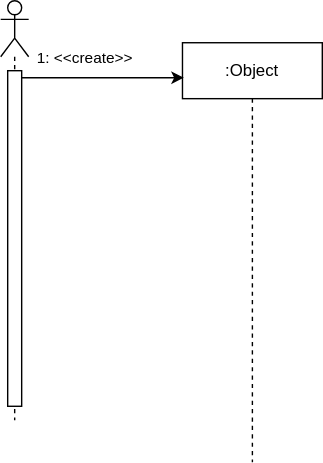
The draw.io diagram Diagrama-Sequencia/Verificar_VIP.svg in wholocked1/Projeto-2-modelagem, before a commit. Source tidied: cells renumbered, new cells last; positions are measured from the earlier drawing's top-left corner, leaving out a move shared by most shapes. Its diagram source:
```xml
<mxGraphModel>
  <root>
    <mxCell id="0" />
    <mxCell id="1" parent="0" />
    <mxCell id="2" style="shape=umlLifeline;perimeter=lifelinePerimeter;whiteSpace=wrap;html=1;newEdgeStyle={&quot;curved&quot;:0,&quot;rounded&quot;:0};participant=umlActor;" parent="1" vertex="1">
      <mxGeometry width="20" height="300" as="geometry" />
    </mxCell>
    <mxCell id="3" style="html=1;points=[[0,0,0,0,5],[0,1,0,0,-5],[1,0,0,0,5],[1,1,0,0,-5]];perimeter=orthogonalPerimeter;outlineConnect=0;targetShapes=umlLifeline;portConstraint=eastwest;newEdgeStyle={&quot;curved&quot;:0,&quot;rounded&quot;:0};" parent="2" vertex="1">
      <mxGeometry x="5" y="50" width="10" height="240" as="geometry" />
    </mxCell>
    <mxCell id="4" value=":Object" style="shape=umlLifeline;perimeter=lifelinePerimeter;whiteSpace=wrap;html=1;newEdgeStyle={&quot;curved&quot;:0,&quot;rounded&quot;:0};" parent="1" vertex="1">
      <mxGeometry x="130" y="30" width="100" height="300" as="geometry" />
    </mxCell>
    <mxCell id="5" style="edgeStyle=orthogonalEdgeStyle;rounded=0;jettySize=auto;html=1;curved=0;exitX=1;exitY=0;exitDx=0;exitDy=5;exitPerimeter=0;" parent="1" edge="1" source="3">
      <mxGeometry relative="1" as="geometry">
        <mxPoint x="131" y="55" as="targetPoint" />
      </mxGeometry>
    </mxCell>
    <mxCell id="6" value="1: &amp;lt;&amp;lt;create&amp;gt;&amp;gt;" style="edgeLabel;html=1;align=center;verticalAlign=middle;" parent="5" vertex="1">
      <mxGeometry x="-0.24" relative="1" as="geometry">
        <mxPoint y="-15" as="offset" />
      </mxGeometry>
    </mxCell>
  </root>
</mxGraphModel>
```
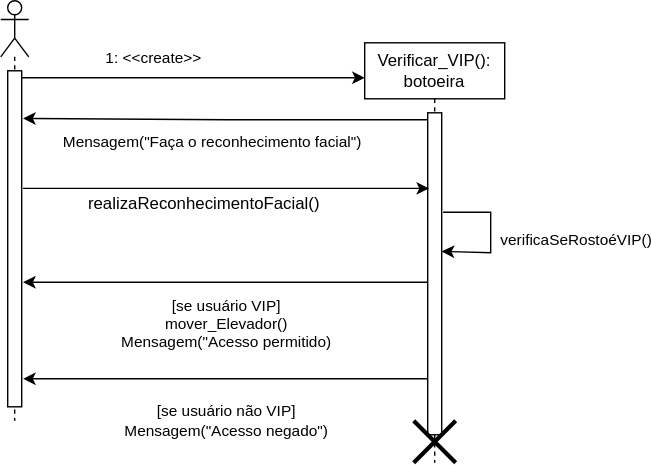
After the change.

Diff of the diagram source:
```diff
@@ -1,4 +1,4 @@
-<mxGraphModel>
+<mxGraphModel background="#FFFFFF">
   <root>
     <mxCell id="0" />
     <mxCell id="1" parent="0" />
@@ -8,12 +8,28 @@
     <mxCell id="3" style="html=1;points=[[0,0,0,0,5],[0,1,0,0,-5],[1,0,0,0,5],[1,1,0,0,-5]];perimeter=orthogonalPerimeter;outlineConnect=0;targetShapes=umlLifeline;portConstraint=eastwest;newEdgeStyle={&quot;curved&quot;:0,&quot;rounded&quot;:0};" parent="2" vertex="1">
       <mxGeometry x="5" y="50" width="10" height="240" as="geometry" />
     </mxCell>
-    <mxCell id="4" value=":Object" style="shape=umlLifeline;perimeter=lifelinePerimeter;whiteSpace=wrap;html=1;newEdgeStyle={&quot;curved&quot;:0,&quot;rounded&quot;:0};" parent="1" vertex="1">
-      <mxGeometry x="130" y="30" width="100" height="300" as="geometry" />
+    <mxCell id="4" value="Verificar_VIP():&lt;br&gt;botoeira" style="shape=umlLifeline;perimeter=lifelinePerimeter;whiteSpace=wrap;html=1;newEdgeStyle={&quot;curved&quot;:0,&quot;rounded&quot;:0};" parent="1" vertex="1">
+      <mxGeometry x="260" y="30" width="100" height="300" as="geometry" />
     </mxCell>
+    <mxCell id="7" style="edgeStyle=orthogonalEdgeStyle;rounded=0;jettySize=auto;html=1;curved=0;exitX=0;exitY=0;exitDx=0;exitDy=5;exitPerimeter=0;" parent="4" edge="1" source="9">
+      <mxGeometry relative="1" as="geometry">
+        <mxPoint x="-244" y="54" as="targetPoint" />
+      </mxGeometry>
+    </mxCell>
+    <mxCell id="8" value="Mensagem(&quot;Faça o reconhecimento facial&quot;)" style="edgeLabel;html=1;align=center;verticalAlign=middle;" parent="7" vertex="1">
+      <mxGeometry x="0.35" y="1" relative="1" as="geometry">
+        <mxPoint x="40" y="15" as="offset" />
+      </mxGeometry>
+    </mxCell>
+    <mxCell id="9" style="html=1;points=[[0,0,0,0,5],[0,1,0,0,-5],[1,0,0,0,5],[1,1,0,0,-5]];perimeter=orthogonalPerimeter;outlineConnect=0;targetShapes=umlLifeline;portConstraint=eastwest;newEdgeStyle={&quot;curved&quot;:0,&quot;rounded&quot;:0};" parent="4" vertex="1">
+      <mxGeometry x="45" y="50" width="10" height="230" as="geometry" />
+    </mxCell>
+    <mxCell id="10" style="shape=umlDestroy;whiteSpace=wrap;html=1;strokeWidth=3;targetShapes=umlLifeline;" parent="4" vertex="1">
+      <mxGeometry x="35" y="270" width="30" height="30" as="geometry" />
+    </mxCell>
     <mxCell id="5" style="edgeStyle=orthogonalEdgeStyle;rounded=0;jettySize=auto;html=1;curved=0;exitX=1;exitY=0;exitDx=0;exitDy=5;exitPerimeter=0;" parent="1" edge="1" source="3">
       <mxGeometry relative="1" as="geometry">
-        <mxPoint x="131" y="55" as="targetPoint" />
+        <mxPoint x="260" y="55" as="targetPoint" />
       </mxGeometry>
     </mxCell>
     <mxCell id="6" value="1: &amp;lt;&amp;lt;create&amp;gt;&amp;gt;" style="edgeLabel;html=1;align=center;verticalAlign=middle;" parent="5" vertex="1">
@@ -21,5 +37,51 @@
         <mxPoint y="-15" as="offset" />
       </mxGeometry>
     </mxCell>
+    <mxCell id="11" style="edgeStyle=none;orthogonalLoop=1;jettySize=auto;html=1;rounded=0;" parent="1" edge="1">
+      <mxGeometry relative="1" as="geometry">
+        <mxPoint x="16" y="134" as="sourcePoint" />
+        <mxPoint x="306" y="134" as="targetPoint" />
+      </mxGeometry>
+    </mxCell>
+    <mxCell id="12" value="realizaReconhecimentoFacial()" style="text;html=1;align=center;verticalAlign=middle;strokeColor=none;fillColor=none;" parent="1" vertex="1">
+      <mxGeometry x="50" y="130" width="190" height="30" as="geometry" />
+    </mxCell>
+    <mxCell id="13" style="edgeStyle=none;orthogonalLoop=1;jettySize=auto;html=1;rounded=0;" parent="1" edge="1">
+      <mxGeometry relative="1" as="geometry">
+        <mxPoint x="316" y="151" as="sourcePoint" />
+        <mxPoint x="315" y="179" as="targetPoint" />
+        <Array as="points">
+          <mxPoint x="350" y="151" />
+          <mxPoint x="350" y="180" />
+        </Array>
+      </mxGeometry>
+    </mxCell>
+    <mxCell id="14" value="verificaSeRostoéVIP()" style="edgeLabel;html=1;align=center;verticalAlign=middle;" parent="13" vertex="1">
+      <mxGeometry x="0.12" y="-1" relative="1" as="geometry">
+        <mxPoint x="61" y="-2" as="offset" />
+      </mxGeometry>
+    </mxCell>
+    <mxCell id="15" style="endArrow=classic;html=1;rounded=0;" parent="1" edge="1">
+      <mxGeometry relative="1" as="geometry">
+        <mxPoint x="305" y="201" as="sourcePoint" />
+        <mxPoint x="16" y="201" as="targetPoint" />
+      </mxGeometry>
+    </mxCell>
+    <mxCell id="16" value="[se usuário VIP]&lt;br&gt;mover_Elevador()&lt;br&gt;Mensagem(&quot;Acesso permitido)" style="edgeLabel;html=1;align=center;verticalAlign=middle;" parent="15" vertex="1">
+      <mxGeometry x="-0.03" y="1" relative="1" as="geometry">
+        <mxPoint x="-5" y="28" as="offset" />
+      </mxGeometry>
+    </mxCell>
+    <mxCell id="17" style="endArrow=classic;html=1;rounded=0;" parent="1" edge="1">
+      <mxGeometry relative="1" as="geometry">
+        <mxPoint x="305" y="270" as="sourcePoint" />
+        <mxPoint x="16" y="270" as="targetPoint" />
+      </mxGeometry>
+    </mxCell>
+    <mxCell id="18" value="[se usuário não VIP]&lt;br&gt;Mensagem(&quot;Acesso negado&quot;)" style="edgeLabel;html=1;align=center;verticalAlign=middle;" parent="17" vertex="1">
+      <mxGeometry x="-0.03" y="1" relative="1" as="geometry">
+        <mxPoint x="-5" y="28" as="offset" />
+      </mxGeometry>
+    </mxCell>
   </root>
 </mxGraphModel>
```
